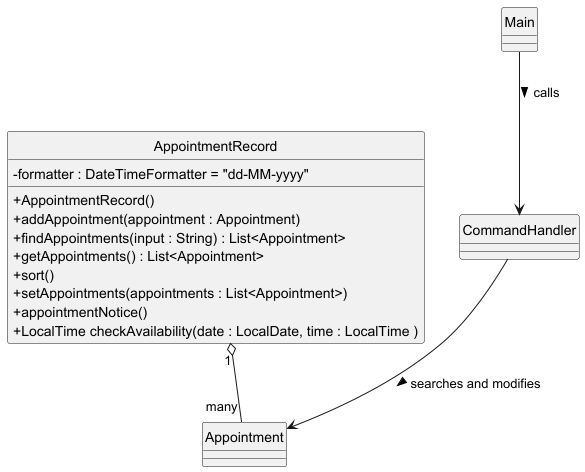
Earlier version of the PlantUML export docs/AppointmentRecord.png (yentheng0110/tp). Its diagram source:
```plantuml
@startuml
skinparam classAttributeIconSize 0
hide circle

class AppointmentRecord {
- formatter : DateTimeFormatter = "dd-MM-yyyy"
+ AppointmentRecord()
+ addAppointment(appointment : Appointment)
+ findAppointments(input : String) : List<Appointment>
+ getAppointments() : List<Appointment>
+ sort()
+ setAppointments(appointments : List<Appointment>)
+ appointmentNotice()
+ LocalTime checkAvailability(date : LocalDate, time : LocalTime )
}

class Main {}
class CommandHandler {}
class AppointmentRecord {}


CommandHandler --> Appointment : searches and modifies >
AppointmentRecord "1" o-- "many" Appointment
Main --> CommandHandler : calls >

@enduml
```
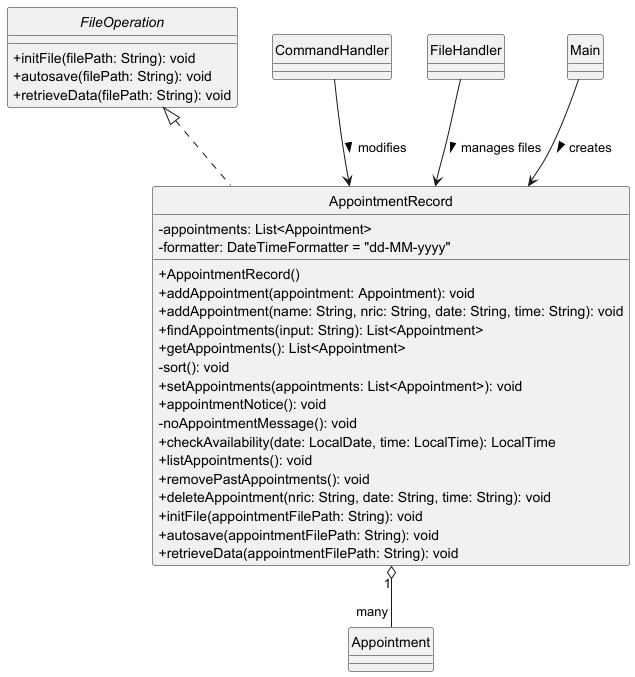
After the commit.

Commit message:
update AppointmentRecord Class Diagram

Change to the diagram source:
```diff
@@ -3,24 +3,50 @@
 hide circle
 
 class AppointmentRecord {
-- formatter : DateTimeFormatter = "dd-MM-yyyy"
-+ AppointmentRecord()
-+ addAppointment(appointment : Appointment)
-+ findAppointments(input : String) : List<Appointment>
-+ getAppointments() : List<Appointment>
-+ sort()
-+ setAppointments(appointments : List<Appointment>)
-+ appointmentNotice()
-+ LocalTime checkAvailability(date : LocalDate, time : LocalTime )
+    -appointments: List<Appointment>
+    -formatter: DateTimeFormatter = "dd-MM-yyyy"
+    +AppointmentRecord()
+    +addAppointment(appointment: Appointment): void
+    +addAppointment(name: String, nric: String, date: String, time: String): void
+    +findAppointments(input: String): List<Appointment>
+    +getAppointments(): List<Appointment>
+    -sort(): void
+    +setAppointments(appointments: List<Appointment>): void
+    +appointmentNotice(): void
+    -noAppointmentMessage(): void
+    +checkAvailability(date: LocalDate, time: LocalTime): LocalTime
+    +listAppointments(): void
+    +removePastAppointments(): void
+    +deleteAppointment(nric: String, date: String, time: String): void
+    +initFile(appointmentFilePath: String): void
+    +autosave(appointmentFilePath: String): void
+    +retrieveData(appointmentFilePath: String): void
 }
 
-class Main {}
-class CommandHandler {}
-class AppointmentRecord {}
+interface FileOperation {
+    +initFile(filePath: String): void
+    +autosave(filePath: String): void
+    +retrieveData(filePath: String): void
+}
 
+class Appointment {
+}
 
-CommandHandler --> Appointment : searches and modifies >
+class CommandHandler {
+}
+
+class FileHandler {
+}
+
+class Main {
+}
+
+FileOperation <|.. AppointmentRecord
+
+Main --> AppointmentRecord : creates >
+CommandHandler --> AppointmentRecord : modifies >
+FileHandler --> AppointmentRecord : manages files >
+
 AppointmentRecord "1" o-- "many" Appointment
-Main --> CommandHandler : calls >
 
 @enduml
```
